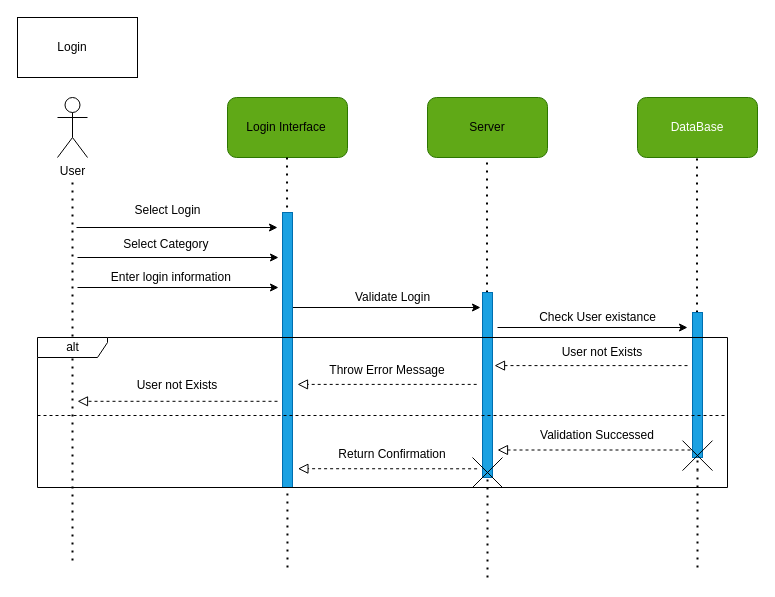
This is UseCase_Diagram/Sisay/login.dio from Nama21yo/SDS-EMR, a draw.io file, before an edit. Source tidied: cells renumbered, new cells numbered last; positions are measured from the earlier drawing's top-left corner, leaving out a move shared by most shapes. Both pictures are drawn from the tidied source at 100%, with x=0, y=0 at pixel (17, 17).
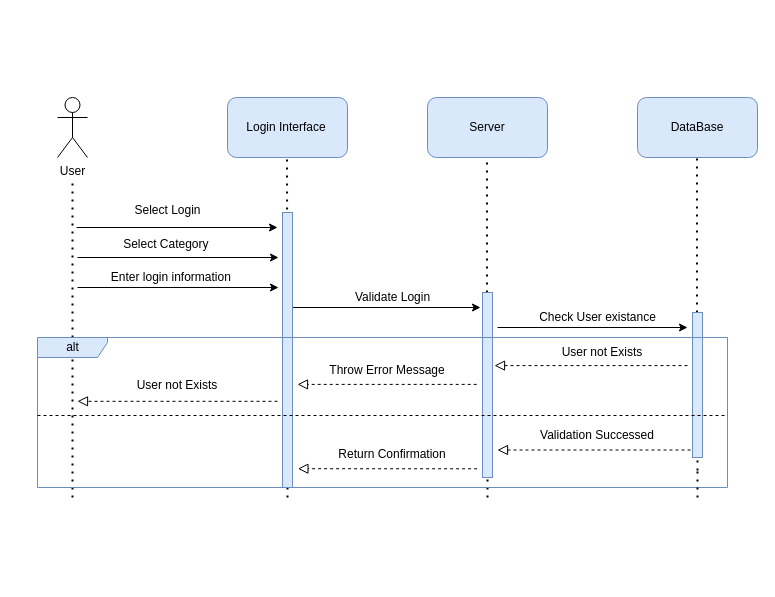
The same page after the edit.

The edit, as a diff of the source:
```diff
@@
-<mxGraphModel>
+<mxGraphModel background="#ffffff">
@@
     <mxCell id="3" style="endArrow=none;dashed=1;html=1;dashPattern=1 3;strokeWidth=2;entryX=0.5;entryY=1.333;entryDx=0;entryDy=0;entryPerimeter=0;" parent="1" edge="1">
       <mxGeometry relative="1" as="geometry">
-        <mxPoint x="55" y="543" as="sourcePoint" />
+        <mxPoint x="55" y="480" as="sourcePoint" />
         <mxPoint x="55" y="163" as="targetPoint" />
       </mxGeometry>
     </mxCell>
@@
-    <mxCell id="5" style="rounded=0;whiteSpace=wrap;html=1;" parent="1" vertex="1">
-      <mxGeometry width="120" height="60" as="geometry" />
-    </mxCell>
-    <mxCell id="6" value="Login" style="text;html=1;strokeColor=none;fillColor=none;align=center;verticalAlign=middle;whiteSpace=wrap;rounded=0;" parent="1" vertex="1">
-      <mxGeometry x="25" y="15" width="60" height="30" as="geometry" />
-    </mxCell>
-    <mxCell id="7" style="rounded=1;whiteSpace=wrap;html=1;fillColor=#60a917;fontColor=#ffffff;strokeColor=#2D7600;" parent="1" vertex="1">
+    <mxCell id="7" style="rounded=1;whiteSpace=wrap;html=1;fillColor=#dae8fc;strokeColor=#6c8ebf;" parent="1" vertex="1">
       <mxGeometry x="210" y="80" width="120" height="60" as="geometry" />
     </mxCell>
-    <mxCell id="8" style="rounded=1;whiteSpace=wrap;html=1;fillColor=#60a917;fontColor=#ffffff;strokeColor=#2D7600;" parent="1" vertex="1">
+    <mxCell id="8" style="rounded=1;whiteSpace=wrap;html=1;fillColor=#dae8fc;strokeColor=#6c8ebf;" parent="1" vertex="1">
       <mxGeometry x="410" y="80" width="120" height="60" as="geometry" />
     </mxCell>
-    <mxCell id="9" value="DataBase" style="rounded=1;whiteSpace=wrap;html=1;fillColor=#60a917;fontColor=#ffffff;strokeColor=#2D7600;" parent="1" vertex="1">
+    <mxCell id="9" value="DataBase" style="rounded=1;whiteSpace=wrap;html=1;fillColor=#dae8fc;strokeColor=#6c8ebf;" parent="1" vertex="1">
       <mxGeometry x="620" y="80" width="120" height="60" as="geometry" />
     </mxCell>
@@
     <mxCell id="12" style="endArrow=none;dashed=1;html=1;dashPattern=1 3;strokeWidth=2;" parent="1" edge="1">
       <mxGeometry relative="1" as="geometry">
-        <mxPoint x="270" y="550" as="sourcePoint" />
+        <mxPoint x="270" y="480" as="sourcePoint" />
         <mxPoint x="269.5" y="140" as="targetPoint" />
       </mxGeometry>
     </mxCell>
@@
-    <mxCell id="24" style="html=1;perimeter=orthogonalPerimeter;fillColor=#1ba1e2;fontColor=#ffffff;strokeColor=#006EAF;" parent="1" vertex="1">
+    <mxCell id="24" style="html=1;perimeter=orthogonalPerimeter;fillColor=#dae8fc;strokeColor=#6c8ebf;" parent="1" vertex="1">
       <mxGeometry x="265" y="195" width="10" height="275" as="geometry" />
     </mxCell>
     <mxCell id="25" style="endArrow=none;dashed=1;html=1;dashPattern=1 3;strokeWidth=2;" parent="1" edge="1" target="26">
       <mxGeometry relative="1" as="geometry">
-        <mxPoint x="470" y="560" as="sourcePoint" />
+        <mxPoint x="470" y="480" as="sourcePoint" />
       </mxGeometry>
     </mxCell>
-    <mxCell id="26" style="html=1;points=[];perimeter=orthogonalPerimeter;fillColor=#1ba1e2;fontColor=#ffffff;strokeColor=#006EAF;" parent="1" vertex="1">
+    <mxCell id="26" style="html=1;points=[];perimeter=orthogonalPerimeter;fillColor=#dae8fc;strokeColor=#6c8ebf;" parent="1" vertex="1">
       <mxGeometry x="465" y="275" width="10" height="185" as="geometry" />
     </mxCell>
-    <mxCell id="27" style="endArrow=none;dashed=1;html=1;dashPattern=1 3;strokeWidth=2;startArrow=none;" parent="1" edge="1" source="43" target="28">
-      <mxGeometry relative="1" as="geometry" />
+    <mxCell id="27" style="endArrow=none;dashed=1;html=1;dashPattern=1 3;strokeWidth=2;startArrow=none;" parent="1" edge="1" target="28">
+      <mxGeometry relative="1" as="geometry">
+        <mxPoint x="680" y="453.1" as="sourcePoint" />
+      </mxGeometry>
     </mxCell>
-    <mxCell id="28" style="html=1;points=[];perimeter=orthogonalPerimeter;fillColor=#1ba1e2;fontColor=#ffffff;strokeColor=#006EAF;" parent="1" vertex="1">
+    <mxCell id="28" style="html=1;points=[];perimeter=orthogonalPerimeter;fillColor=#dae8fc;strokeColor=#6c8ebf;" parent="1" vertex="1">
       <mxGeometry x="675" y="295" width="10" height="145" as="geometry" />
     </mxCell>
-    <mxCell id="29" value="alt" style="shape=umlFrame;tabWidth=110;tabHeight=30;tabPosition=left;html=1;boundedLbl=1;labelInHeader=1;width=70;height=20;" parent="1" vertex="1">
+    <mxCell id="29" value="alt" style="shape=umlFrame;tabWidth=110;tabHeight=30;tabPosition=left;html=1;boundedLbl=1;labelInHeader=1;width=70;height=20;fillColor=#dae8fc;strokeColor=#6c8ebf;" parent="1" vertex="1">
       <mxGeometry x="20" y="320" width="690" height="150" as="geometry" />
     </mxCell>
@@
-    <mxCell id="41" style="shape=umlDestroy;" parent="29" vertex="1">
-      <mxGeometry x="435" y="120" width="30" height="30" as="geometry" />
-    </mxCell>
-    <mxCell id="42" style="endArrow=none;dashed=1;html=1;dashPattern=1 3;strokeWidth=2;" parent="1" edge="1" target="43">
+    <mxCell id="42" style="endArrow=none;dashed=1;html=1;dashPattern=1 3;strokeWidth=2;" parent="1" edge="1">
       <mxGeometry relative="1" as="geometry">
-        <mxPoint x="680" y="550" as="sourcePoint" />
+        <mxPoint x="680" y="480" as="sourcePoint" />
+        <mxPoint x="680" y="453.1" as="targetPoint" />
       </mxGeometry>
     </mxCell>
-    <mxCell id="43" style="shape=umlDestroy;" parent="1" vertex="1">
-      <mxGeometry x="665" y="423.1" width="30" height="30" as="geometry" />
-    </mxCell>
```
